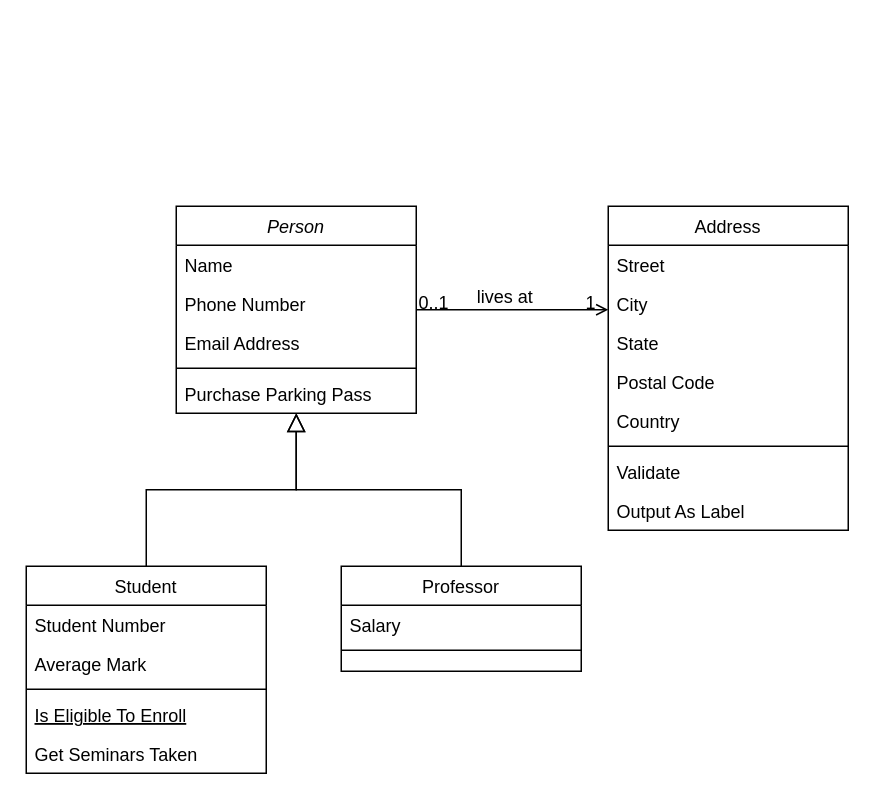
IanHolsteen/trussstart keeps this draw.io diagram as Untitled Diagram.drawio. Above is the earlier version. Source tidied: cells renumbered, new cells numbered last; positions are measured from the earlier drawing's top-left corner, leaving out a move shared by most shapes. Both pictures are drawn from the tidied source at 150%, with x=0, y=0 at pixel (26, 206).
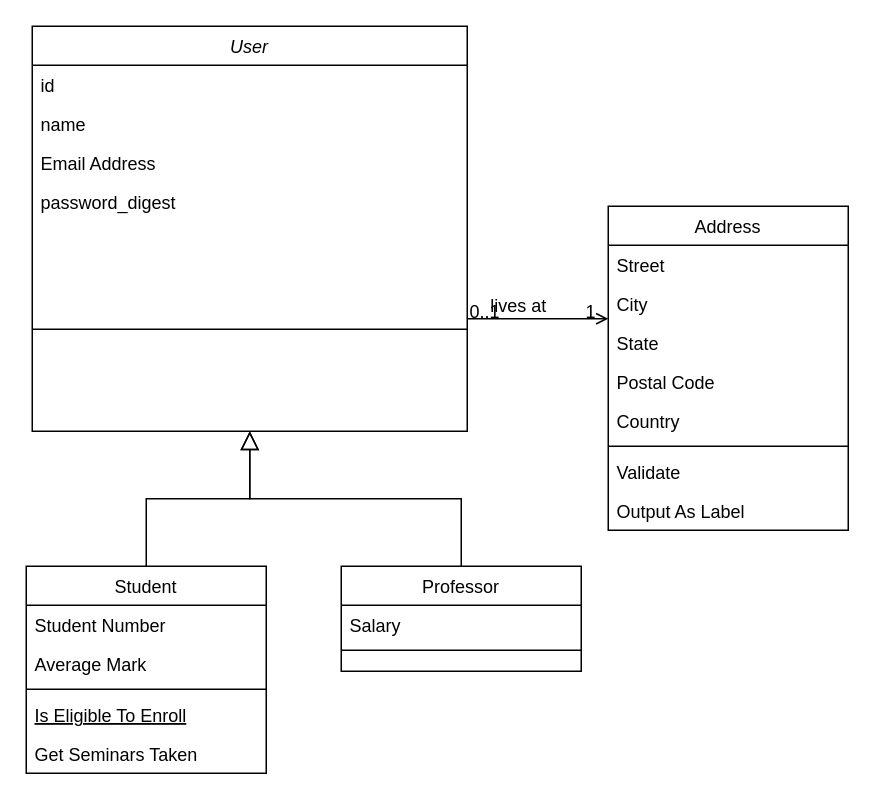
Above is the later version.

Change to the diagram source:
```diff
@@
-    <mxCell id="2" value="Person" style="swimlane;fontStyle=2;align=center;verticalAlign=top;horizontal=1;startSize=26;rounded=0;shadow=0;strokeWidth=1;" parent="1" vertex="1">
-      <mxGeometry x="100" width="160" height="138" as="geometry" />
+    <mxCell id="2" value="User" style="swimlane;fontStyle=2;align=center;verticalAlign=top;horizontal=1;startSize=26;rounded=0;shadow=0;strokeWidth=1;" parent="1" vertex="1">
+      <mxGeometry x="4" y="-120" width="290" height="270" as="geometry" />
     </mxCell>
-    <mxCell id="3" value="Name" style="text;align=left;verticalAlign=top;spacingLeft=4;spacingRight=4;overflow=hidden;" parent="2" vertex="1">
-      <mxGeometry y="26" width="160" height="26" as="geometry" />
+    <mxCell id="3" value="id" style="text;align=left;verticalAlign=top;spacingLeft=4;spacingRight=4;overflow=hidden;" parent="2" vertex="1">
+      <mxGeometry y="26" width="290" height="26" as="geometry" />
     </mxCell>
-    <mxCell id="4" value="Phone Number" style="text;align=left;verticalAlign=top;spacingLeft=4;spacingRight=4;overflow=hidden;rounded=0;shadow=0;html=0;" parent="2" vertex="1">
-      <mxGeometry y="52" width="160" height="26" as="geometry" />
+    <mxCell id="4" value="name" style="text;align=left;verticalAlign=top;spacingLeft=4;spacingRight=4;overflow=hidden;rounded=0;shadow=0;html=0;" parent="2" vertex="1">
+      <mxGeometry y="52" width="290" height="26" as="geometry" />
     </mxCell>
     <mxCell id="5" value="Email Address" style="text;align=left;verticalAlign=top;spacingLeft=4;spacingRight=4;overflow=hidden;rounded=0;shadow=0;html=0;" parent="2" vertex="1">
-      <mxGeometry y="78" width="160" height="26" as="geometry" />
+      <mxGeometry y="78" width="290" height="26" as="geometry" />
     </mxCell>
+    <mxCell id="32" value="password_digest" style="text;align=left;verticalAlign=top;spacingLeft=4;spacingRight=4;overflow=hidden;rounded=0;shadow=0;html=0;" parent="2" vertex="1">
+      <mxGeometry y="104" width="290" height="30" as="geometry" />
+    </mxCell>
     <mxCell id="6" style="line;html=1;strokeWidth=1;align=left;verticalAlign=middle;spacingTop=-1;spacingLeft=3;spacingRight=3;labelPosition=right;" parent="2" vertex="1">
-      <mxGeometry y="104" width="160" height="8" as="geometry" />
+      <mxGeometry y="134" width="290" height="136" as="geometry" />
     </mxCell>
-    <mxCell id="7" value="Purchase Parking Pass" style="text;align=left;verticalAlign=top;spacingLeft=4;spacingRight=4;overflow=hidden;" parent="2" vertex="1">
-      <mxGeometry y="112" width="160" height="26" as="geometry" />
-    </mxCell>
```
